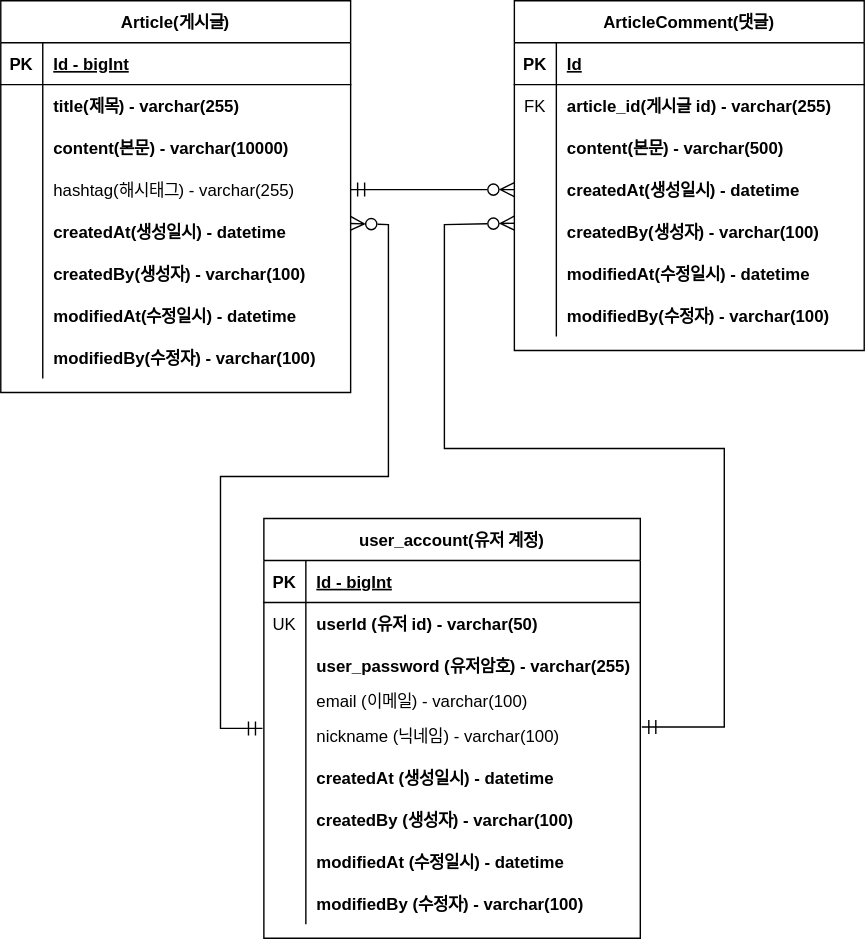
Before: document/project-board-erd.svg, a diagram exported from draw.io (Changho0514/neat-board). Source tidied: cells renumbered, new cells last; positions are measured from the earlier drawing's top-left corner, leaving out a move shared by most shapes.
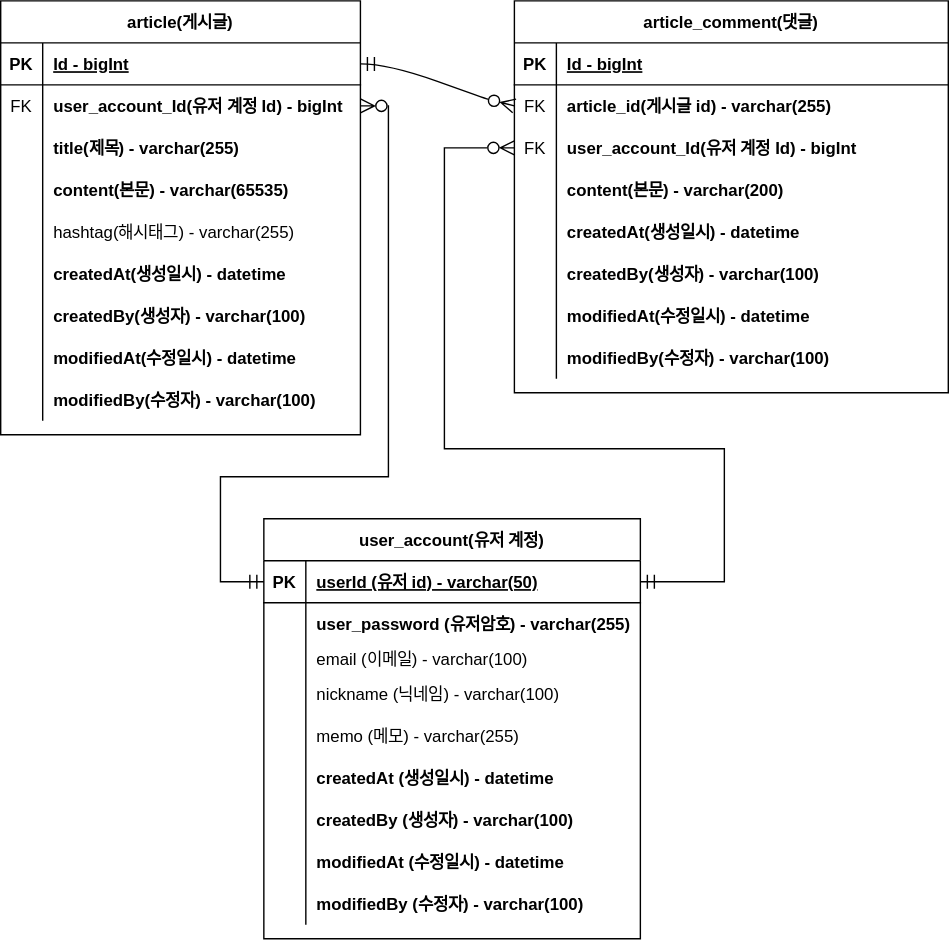
Later version of the same file.

Commit message:
ERD 변경 - 회원 계정의 userId 를 PK로 바꿈

Change to the diagram source:
```diff
@@ -4,7 +4,7 @@
     <mxCell id="1" parent="0" />
-    <mxCell id="2" value="Article(게시글)" style="shape=table;startSize=30;rowLines=0;fontStyle=1;align=center;" parent="1" vertex="1">
-      <mxGeometry width="250" height="280" as="geometry" />
+    <mxCell id="2" value="article(게시글)" style="shape=table;startSize=30;rowLines=0;fontStyle=1;align=center;" parent="1" vertex="1">
+      <mxGeometry width="257" height="310" as="geometry" />
     </mxCell>
     <mxCell id="3" style="shape=partialRectangle;fillColor=none;points=[[0,0.5],[1,0.5]];portConstraint=eastwest;top=0;left=0;right=0;bottom=1;" parent="2" vertex="1">
-      <mxGeometry y="30" width="250" height="30" as="geometry" />
+      <mxGeometry y="30" width="257" height="30" as="geometry" />
     </mxCell>
@@ -14,15 +14,24 @@
     <mxCell id="5" value="Id - bigInt" style="shape=partialRectangle;overflow=hidden;fillColor=none;top=0;left=0;bottom=0;right=0;align=left;spacingLeft=6;fontStyle=5;" parent="3" vertex="1">
-      <mxGeometry x="30" width="220" height="30" as="geometry" />
+      <mxGeometry x="30" width="227" height="30" as="geometry" />
     </mxCell>
     <mxCell id="6" style="shape=partialRectangle;fillColor=none;points=[[0,0.5],[1,0.5]];portConstraint=eastwest;top=0;left=0;right=0;bottom=0;" parent="2" vertex="1">
-      <mxGeometry y="60" width="250" height="30" as="geometry" />
+      <mxGeometry y="60" width="257" height="30" as="geometry" />
     </mxCell>
-    <mxCell id="7" style="shape=partialRectangle;overflow=hidden;fillColor=none;top=0;left=0;bottom=0;right=0;" parent="6" vertex="1">
+    <mxCell id="7" value="FK" style="shape=partialRectangle;overflow=hidden;fillColor=none;top=0;left=0;bottom=0;right=0;" parent="6" vertex="1">
       <mxGeometry width="30" height="30" as="geometry" />
     </mxCell>
-    <mxCell id="8" value="title(제목) - varchar(255)" style="shape=partialRectangle;overflow=hidden;fillColor=none;top=0;left=0;bottom=0;right=0;align=left;spacingLeft=6;fontStyle=1;" parent="6" vertex="1">
-      <mxGeometry x="30" width="220" height="30" as="geometry" />
+    <mxCell id="8" value="user_account_Id(유저 계정 Id) - bigInt" style="shape=partialRectangle;overflow=hidden;fillColor=none;top=0;left=0;bottom=0;right=0;align=left;spacingLeft=6;fontStyle=1;" parent="6" vertex="1">
+      <mxGeometry x="30" width="227" height="30" as="geometry" />
     </mxCell>
+    <mxCell id="80" style="shape=partialRectangle;fillColor=none;top=0;left=0;right=0;bottom=0;" parent="2" vertex="1">
+      <mxGeometry y="90" width="257" height="30" as="geometry" />
+    </mxCell>
+    <mxCell id="81" style="shape=partialRectangle;overflow=hidden;fillColor=none;top=0;left=0;bottom=0;right=0;" parent="80" vertex="1">
+      <mxGeometry width="30" height="30" as="geometry" />
+    </mxCell>
+    <mxCell id="82" value="title(제목) - varchar(255)" style="shape=partialRectangle;overflow=hidden;fillColor=none;top=0;left=0;bottom=0;right=0;align=left;spacingLeft=6;fontStyle=1;" parent="80" vertex="1">
+      <mxGeometry x="30" width="227" height="30" as="geometry" />
+    </mxCell>
     <mxCell id="9" style="shape=partialRectangle;fillColor=none;top=0;left=0;right=0;bottom=0;" parent="2" vertex="1">
-      <mxGeometry y="90" width="250" height="30" as="geometry" />
+      <mxGeometry y="120" width="257" height="30" as="geometry" />
     </mxCell>
@@ -31,7 +40,7 @@
     </mxCell>
-    <mxCell id="11" value="content(본문) - varchar(10000)" style="shape=partialRectangle;overflow=hidden;fillColor=none;top=0;left=0;bottom=0;right=0;align=left;spacingLeft=6;fontStyle=1;" parent="9" vertex="1">
-      <mxGeometry x="30" width="220" height="30" as="geometry" />
+    <mxCell id="11" value="content(본문) - varchar(65535)" style="shape=partialRectangle;overflow=hidden;fillColor=none;top=0;left=0;bottom=0;right=0;align=left;spacingLeft=6;fontStyle=1;" parent="9" vertex="1">
+      <mxGeometry x="30" width="227" height="30" as="geometry" />
     </mxCell>
     <mxCell id="12" style="shape=partialRectangle;fillColor=none;points=[[0,0.5],[1,0.5]];portConstraint=eastwest;top=0;left=0;right=0;bottom=0;" parent="2" vertex="1">
-      <mxGeometry y="120" width="250" height="30" as="geometry" />
+      <mxGeometry y="150" width="257" height="30" as="geometry" />
     </mxCell>
@@ -41,6 +50,6 @@
     <mxCell id="14" value="hashtag(해시태그) - varchar(255)" style="shape=partialRectangle;overflow=hidden;fillColor=none;top=0;left=0;bottom=0;right=0;align=left;spacingLeft=6;" parent="12" vertex="1">
-      <mxGeometry x="30" width="220" height="30" as="geometry" />
+      <mxGeometry x="30" width="227" height="30" as="geometry" />
     </mxCell>
     <mxCell id="15" style="shape=partialRectangle;fillColor=none;points=[[0,0.5],[1,0.5]];portConstraint=eastwest;top=0;left=0;right=0;bottom=0;" parent="2" vertex="1">
-      <mxGeometry y="150" width="250" height="30" as="geometry" />
+      <mxGeometry y="180" width="257" height="30" as="geometry" />
     </mxCell>
@@ -50,6 +59,6 @@
     <mxCell id="17" value="createdAt(생성일시) - datetime" style="shape=partialRectangle;overflow=hidden;fillColor=none;top=0;left=0;bottom=0;right=0;align=left;spacingLeft=6;fontStyle=1;" parent="15" vertex="1">
-      <mxGeometry x="30" width="220" height="30" as="geometry" />
+      <mxGeometry x="30" width="227" height="30" as="geometry" />
     </mxCell>
     <mxCell id="18" style="shape=partialRectangle;fillColor=none;top=0;left=0;right=0;bottom=0;" parent="2" vertex="1">
-      <mxGeometry y="180" width="250" height="30" as="geometry" />
+      <mxGeometry y="210" width="257" height="30" as="geometry" />
     </mxCell>
@@ -59,6 +68,6 @@
     <mxCell id="20" value="createdBy(생성자) - varchar(100)" style="shape=partialRectangle;overflow=hidden;fillColor=none;top=0;left=0;bottom=0;right=0;align=left;spacingLeft=6;fontStyle=1;" parent="18" vertex="1">
-      <mxGeometry x="30" width="220" height="30" as="geometry" />
+      <mxGeometry x="30" width="227" height="30" as="geometry" />
     </mxCell>
     <mxCell id="21" style="shape=partialRectangle;fillColor=none;top=0;left=0;right=0;bottom=0;" parent="2" vertex="1">
-      <mxGeometry y="210" width="250" height="30" as="geometry" />
+      <mxGeometry y="240" width="257" height="30" as="geometry" />
     </mxCell>
@@ -68,6 +77,6 @@
     <mxCell id="23" value="modifiedAt(수정일시) - datetime" style="shape=partialRectangle;overflow=hidden;fillColor=none;top=0;left=0;bottom=0;right=0;align=left;spacingLeft=6;fontStyle=1;" parent="21" vertex="1">
-      <mxGeometry x="30" width="220" height="30" as="geometry" />
+      <mxGeometry x="30" width="227" height="30" as="geometry" />
     </mxCell>
     <mxCell id="24" style="shape=partialRectangle;fillColor=none;top=0;left=0;right=0;bottom=0;" parent="2" vertex="1">
-      <mxGeometry y="240" width="250" height="30" as="geometry" />
+      <mxGeometry y="270" width="257" height="30" as="geometry" />
     </mxCell>
@@ -77,9 +86,9 @@
     <mxCell id="26" value="modifiedBy(수정자) - varchar(100)" style="shape=partialRectangle;overflow=hidden;fillColor=none;top=0;left=0;bottom=0;right=0;align=left;spacingLeft=6;fontStyle=1;" parent="24" vertex="1">
-      <mxGeometry x="30" width="220" height="30" as="geometry" />
+      <mxGeometry x="30" width="227" height="30" as="geometry" />
     </mxCell>
-    <mxCell id="27" value="ArticleComment(댓글)" style="shape=table;startSize=30;rowLines=0;fontStyle=1;align=center;" parent="1" vertex="1">
-      <mxGeometry x="367" width="250" height="250" as="geometry" />
+    <mxCell id="27" value="article_comment(댓글)" style="shape=table;startSize=30;rowLines=0;fontStyle=1;align=center;" parent="1" vertex="1">
+      <mxGeometry x="367" width="310" height="280" as="geometry" />
     </mxCell>
     <mxCell id="28" style="shape=partialRectangle;fillColor=none;top=0;left=0;right=0;bottom=1;" parent="27" vertex="1">
-      <mxGeometry y="30" width="250" height="30" as="geometry" />
+      <mxGeometry y="30" width="310" height="30" as="geometry" />
     </mxCell>
@@ -88,7 +97,7 @@
     </mxCell>
-    <mxCell id="30" value="Id" style="shape=partialRectangle;overflow=hidden;fillColor=none;top=0;left=0;bottom=0;right=0;align=left;spacingLeft=6;fontStyle=5;" parent="28" vertex="1">
-      <mxGeometry x="30" width="220" height="30" as="geometry" />
+    <mxCell id="30" value="Id - bigInt" style="shape=partialRectangle;overflow=hidden;fillColor=none;top=0;left=0;bottom=0;right=0;align=left;spacingLeft=6;fontStyle=5;" parent="28" vertex="1">
+      <mxGeometry x="30" width="280" height="30" as="geometry" />
     </mxCell>
     <mxCell id="31" style="shape=partialRectangle;fillColor=none;points=[[0,0.5],[1,0.5]];portConstraint=eastwest;top=0;left=0;right=0;bottom=0;" parent="27" vertex="1">
-      <mxGeometry y="60" width="250" height="30" as="geometry" />
+      <mxGeometry y="60" width="310" height="30" as="geometry" />
     </mxCell>
@@ -98,6 +107,15 @@
     <mxCell id="33" value="article_id(게시글 id) - varchar(255)" style="shape=partialRectangle;overflow=hidden;fillColor=none;top=0;left=0;bottom=0;right=0;align=left;spacingLeft=6;fontStyle=1;" parent="31" vertex="1">
-      <mxGeometry x="30" width="220" height="30" as="geometry" />
+      <mxGeometry x="30" width="280" height="30" as="geometry" />
     </mxCell>
+    <mxCell id="83" style="shape=partialRectangle;fillColor=none;points=[[0,0.5],[1,0.5]];portConstraint=eastwest;top=0;left=0;right=0;bottom=0;" parent="27" vertex="1">
+      <mxGeometry y="90" width="310" height="30" as="geometry" />
+    </mxCell>
+    <mxCell id="84" value="FK" style="shape=partialRectangle;overflow=hidden;fillColor=none;top=0;left=0;bottom=0;right=0;" parent="83" vertex="1">
+      <mxGeometry width="30" height="30" as="geometry" />
+    </mxCell>
+    <mxCell id="85" value="user_account_Id(유저 계정 Id) - bigInt" style="shape=partialRectangle;overflow=hidden;fillColor=none;top=0;left=0;bottom=0;right=0;align=left;spacingLeft=6;fontStyle=1;" parent="83" vertex="1">
+      <mxGeometry x="30" width="280" height="30" as="geometry" />
+    </mxCell>
     <mxCell id="34" style="shape=partialRectangle;fillColor=none;top=0;left=0;right=0;bottom=0;" parent="27" vertex="1">
-      <mxGeometry y="90" width="250" height="30" as="geometry" />
+      <mxGeometry y="120" width="310" height="30" as="geometry" />
     </mxCell>
@@ -106,7 +124,7 @@
     </mxCell>
-    <mxCell id="36" value="content(본문) - varchar(500)" style="shape=partialRectangle;overflow=hidden;fillColor=none;top=0;left=0;bottom=0;right=0;align=left;spacingLeft=6;fontStyle=1;" parent="34" vertex="1">
-      <mxGeometry x="30" width="220" height="30" as="geometry" />
+    <mxCell id="36" value="content(본문) - varchar(200)" style="shape=partialRectangle;overflow=hidden;fillColor=none;top=0;left=0;bottom=0;right=0;align=left;spacingLeft=6;fontStyle=1;" parent="34" vertex="1">
+      <mxGeometry x="30" width="280" height="30" as="geometry" />
     </mxCell>
     <mxCell id="37" style="shape=partialRectangle;fillColor=none;points=[[0,0.5],[1,0.5]];portConstraint=eastwest;top=0;left=0;right=0;bottom=0;" parent="27" vertex="1">
-      <mxGeometry y="120" width="250" height="30" as="geometry" />
+      <mxGeometry y="150" width="310" height="30" as="geometry" />
     </mxCell>
@@ -116,6 +134,6 @@
     <mxCell id="39" value="createdAt(생성일시) - datetime" style="shape=partialRectangle;overflow=hidden;fillColor=none;top=0;left=0;bottom=0;right=0;align=left;spacingLeft=6;fontStyle=1;" parent="37" vertex="1">
-      <mxGeometry x="30" width="220" height="30" as="geometry" />
+      <mxGeometry x="30" width="280" height="30" as="geometry" />
     </mxCell>
     <mxCell id="40" style="shape=partialRectangle;fillColor=none;points=[[0,0.5],[1,0.5]];portConstraint=eastwest;top=0;left=0;right=0;bottom=0;" parent="27" vertex="1">
-      <mxGeometry y="150" width="250" height="30" as="geometry" />
+      <mxGeometry y="180" width="310" height="30" as="geometry" />
     </mxCell>
@@ -125,6 +143,6 @@
     <mxCell id="42" value="createdBy(생성자) - varchar(100)" style="shape=partialRectangle;overflow=hidden;fillColor=none;top=0;left=0;bottom=0;right=0;align=left;spacingLeft=6;fontStyle=1;" parent="40" vertex="1">
-      <mxGeometry x="30" width="220" height="30" as="geometry" />
+      <mxGeometry x="30" width="280" height="30" as="geometry" />
     </mxCell>
     <mxCell id="43" style="shape=partialRectangle;fillColor=none;top=0;left=0;right=0;bottom=0;" parent="27" vertex="1">
-      <mxGeometry y="180" width="250" height="30" as="geometry" />
+      <mxGeometry y="210" width="310" height="30" as="geometry" />
     </mxCell>
@@ -134,6 +152,6 @@
     <mxCell id="45" value="modifiedAt(수정일시) - datetime" style="shape=partialRectangle;overflow=hidden;fillColor=none;top=0;left=0;bottom=0;right=0;align=left;spacingLeft=6;fontStyle=1;" parent="43" vertex="1">
-      <mxGeometry x="30" width="220" height="30" as="geometry" />
+      <mxGeometry x="30" width="280" height="30" as="geometry" />
     </mxCell>
     <mxCell id="46" style="shape=partialRectangle;fillColor=none;top=0;left=0;right=0;bottom=0;" parent="27" vertex="1">
-      <mxGeometry y="210" width="250" height="30" as="geometry" />
+      <mxGeometry y="240" width="310" height="30" as="geometry" />
     </mxCell>
@@ -143,6 +161,11 @@
     <mxCell id="48" value="modifiedBy(수정자) - varchar(100)" style="shape=partialRectangle;overflow=hidden;fillColor=none;top=0;left=0;bottom=0;right=0;align=left;spacingLeft=6;fontStyle=1;" parent="46" vertex="1">
-      <mxGeometry x="30" width="220" height="30" as="geometry" />
+      <mxGeometry x="30" width="280" height="30" as="geometry" />
     </mxCell>
-    <mxCell id="49" style="edgeStyle=none;curved=1;rounded=0;jettySize=auto;html=1;exitX=1;exitY=0.5;exitDx=0;exitDy=0;entryX=0;entryY=0.5;entryDx=0;entryDy=0;fontSize=12;startSize=8;endSize=8;startArrow=ERmandOne;startFill=0;endArrow=ERzeroToMany;endFill=0;" parent="1" edge="1" source="12" target="37">
-      <mxGeometry relative="1" as="geometry" />
+    <mxCell id="49" style="edgeStyle=none;curved=1;rounded=0;jettySize=auto;html=1;entryX=0;entryY=0.5;entryDx=0;entryDy=0;fontSize=12;startSize=8;endSize=8;startArrow=ERmandOne;startFill=0;endArrow=ERzeroToMany;endFill=0;exitX=1;exitY=0.5;exitDx=0;exitDy=0;" parent="1" edge="1" source="3" target="31">
+      <mxGeometry relative="1" as="geometry">
+        <Array as="points">
+          <mxPoint x="277" y="45" />
+          <mxPoint x="347" y="70" />
+        </Array>
+      </mxGeometry>
     </mxCell>
@@ -157,16 +180,7 @@
     </mxCell>
-    <mxCell id="53" value="Id - bigInt" style="shape=partialRectangle;overflow=hidden;fillColor=none;top=0;left=0;bottom=0;right=0;align=left;spacingLeft=6;fontStyle=5;" parent="51" vertex="1">
+    <mxCell id="53" value="userId (유저 id) - varchar(50)" style="shape=partialRectangle;overflow=hidden;fillColor=none;top=0;left=0;bottom=0;right=0;align=left;spacingLeft=6;fontStyle=5;" parent="51" vertex="1">
       <mxGeometry x="30" width="239" height="30" as="geometry" />
     </mxCell>
-    <mxCell id="54" style="shape=partialRectangle;fillColor=none;top=0;left=0;right=0;bottom=0;" parent="50" vertex="1">
-      <mxGeometry y="60" width="269" height="30" as="geometry" />
-    </mxCell>
-    <mxCell id="55" value="UK" style="shape=partialRectangle;overflow=hidden;fillColor=none;top=0;left=0;bottom=0;right=0;" parent="54" vertex="1">
-      <mxGeometry width="30" height="30" as="geometry" />
-    </mxCell>
-    <mxCell id="56" value="userId (유저 id) - varchar(50)" style="shape=partialRectangle;overflow=hidden;fillColor=none;top=0;left=0;bottom=0;right=0;align=left;spacingLeft=6;fontStyle=1;" parent="54" vertex="1">
-      <mxGeometry x="30" width="239" height="30" as="geometry" />
-    </mxCell>
     <mxCell id="57" style="shape=partialRectangle;fillColor=none;top=0;left=0;right=0;bottom=0;" parent="50" vertex="1">
-      <mxGeometry y="90" width="269" height="30" as="geometry" />
+      <mxGeometry y="60" width="269" height="30" as="geometry" />
     </mxCell>
@@ -179,3 +193,3 @@
     <mxCell id="60" style="shape=partialRectangle;fillColor=none;top=0;left=0;right=0;bottom=0;" parent="50" vertex="1">
-      <mxGeometry y="120" width="269" height="20" as="geometry" />
+      <mxGeometry y="90" width="269" height="20" as="geometry" />
     </mxCell>
@@ -188,3 +202,3 @@
     <mxCell id="63" style="shape=partialRectangle;fillColor=none;points=[[0,0.5],[1,0.5]];portConstraint=eastwest;top=0;left=0;right=0;bottom=0;" parent="50" vertex="1">
-      <mxGeometry y="140" width="269" height="30" as="geometry" />
+      <mxGeometry y="110" width="269" height="30" as="geometry" />
     </mxCell>
@@ -196,2 +210,11 @@
     </mxCell>
+    <mxCell id="86" style="shape=partialRectangle;fillColor=none;top=0;left=0;right=0;bottom=0;" parent="50" vertex="1">
+      <mxGeometry y="140" width="269" height="30" as="geometry" />
+    </mxCell>
+    <mxCell id="87" style="shape=partialRectangle;overflow=hidden;fillColor=none;top=0;left=0;bottom=0;right=0;" parent="86" vertex="1">
+      <mxGeometry width="30" height="30" as="geometry" />
+    </mxCell>
+    <mxCell id="88" value="memo (메모) - varchar(255)" style="shape=partialRectangle;overflow=hidden;fillColor=none;top=0;left=0;bottom=0;right=0;align=left;spacingLeft=6;fontStyle=0;" parent="86" vertex="1">
+      <mxGeometry x="30" width="239" height="30" as="geometry" />
+    </mxCell>
     <mxCell id="66" style="shape=partialRectangle;fillColor=none;top=0;left=0;right=0;bottom=0;" parent="50" vertex="1">
@@ -232,9 +255,9 @@
     </mxCell>
-    <mxCell id="78" style="edgeStyle=none;rounded=0;jettySize=auto;html=1;exitX=0;exitY=0.3;exitDx=0;exitDy=0;fontSize=12;startSize=8;endSize=8;entryX=1.004;entryY=0.3;entryDx=0;entryDy=0;entryPerimeter=0;exitPerimeter=0;endArrow=ERmandOne;endFill=0;startArrow=ERzeroToMany;startFill=0;" parent="1" edge="1" source="40" target="63">
+    <mxCell id="78" style="edgeStyle=none;rounded=0;jettySize=auto;html=1;exitX=0;exitY=0.5;exitDx=0;exitDy=0;fontSize=12;startSize=8;endSize=8;entryX=1;entryY=0.5;entryDx=0;entryDy=0;endArrow=ERmandOne;endFill=0;startArrow=ERzeroToMany;startFill=0;" parent="1" edge="1" source="83" target="51">
       <mxGeometry relative="1" as="geometry">
         <Array as="points">
-          <mxPoint x="317" y="160" />
+          <mxPoint x="317" y="105" />
           <mxPoint x="317" y="320" />
           <mxPoint x="517" y="320" />
-          <mxPoint x="517" y="519" />
+          <mxPoint x="517" y="415" />
         </Array>
@@ -242,10 +265,9 @@
     </mxCell>
-    <mxCell id="79" style="edgeStyle=none;rounded=0;jettySize=auto;html=1;exitX=0.999;exitY=0.306;exitDx=0;exitDy=0;fontSize=12;startSize=8;endSize=8;exitPerimeter=0;endArrow=ERmandOne;endFill=0;startArrow=ERzeroToMany;startFill=0;" parent="1" edge="1" source="15">
+    <mxCell id="79" style="edgeStyle=none;rounded=0;jettySize=auto;html=1;exitX=1;exitY=0.5;exitDx=0;exitDy=0;fontSize=12;startSize=8;endSize=8;endArrow=ERmandOne;endFill=0;startArrow=ERzeroToMany;startFill=0;entryX=0;entryY=0.5;entryDx=0;entryDy=0;" parent="1" edge="1" source="6" target="51">
       <mxGeometry relative="1" as="geometry">
-        <mxPoint x="187" y="520" as="targetPoint" />
         <Array as="points">
-          <mxPoint x="277" y="160" />
+          <mxPoint x="277" y="75" />
           <mxPoint x="277" y="340" />
           <mxPoint x="157" y="340" />
-          <mxPoint x="157" y="520" />
+          <mxPoint x="157" y="415" />
         </Array>
```
